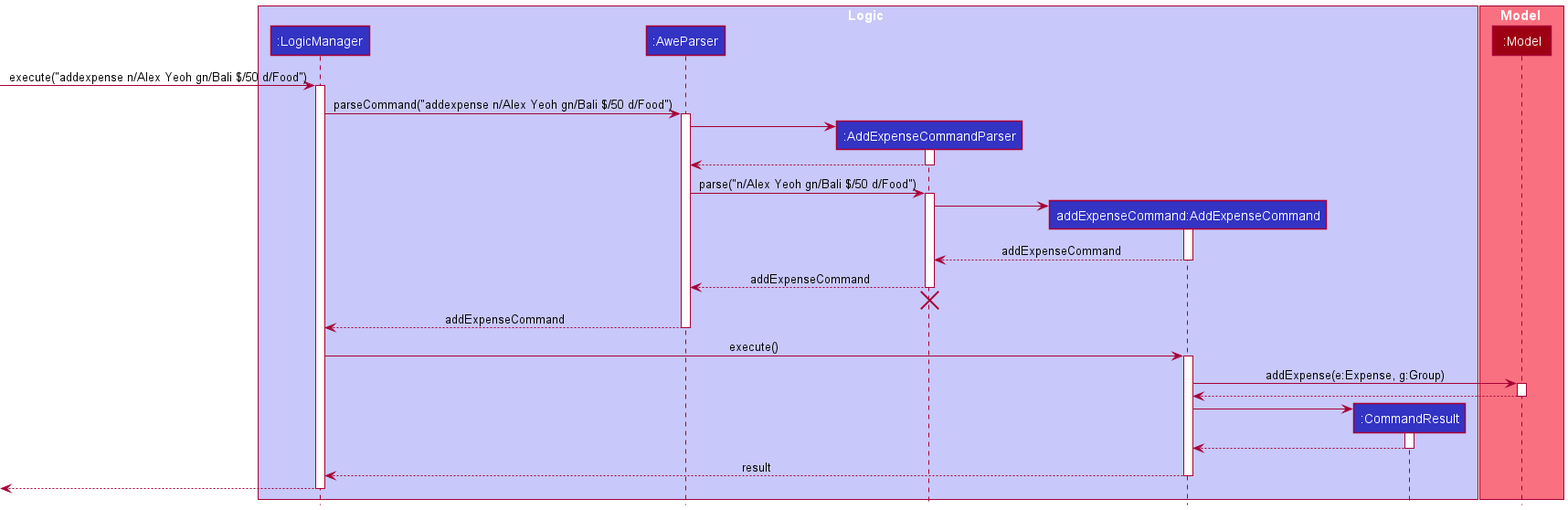
Above: docs/images/AddExpenseSequenceDiagram.png in ramapriyan912001/tp (PlantUML), before the change. Source of this version:
```plantuml
@startuml
!include style.puml

box Logic LOGIC_COLOR_T1
participant ":LogicManager" as LogicManager LOGIC_COLOR
participant ":AweParser" as AweParser LOGIC_COLOR
participant ":AddExpenseCommandParser" as AddExpenseCommandParser LOGIC_COLOR
participant "addExpenseCommand:AddExpenseCommand" as AddExpenseCommand LOGIC_COLOR
participant ":CommandResult" as CommandResult LOGIC_COLOR
end box

box Model MODEL_COLOR_T1
participant ":Model" as Model MODEL_COLOR
end box

[-> LogicManager : execute("addexpense n/Alex Yeoh gn/Bali $/50 d/Food")
activate LogicManager

LogicManager -> AweParser : parseCommand("addexpense n/Alex Yeoh gn/Bali $/50 d/Food")
activate AweParser

create AddExpenseCommandParser
AweParser -> AddExpenseCommandParser
activate AddExpenseCommandParser

AddExpenseCommandParser --> AweParser
deactivate AddExpenseCommandParser

AweParser -> AddExpenseCommandParser : parse("n/Alex Yeoh gn/Bali $/50 d/Food")
activate AddExpenseCommandParser

create AddExpenseCommand
AddExpenseCommandParser -> AddExpenseCommand
activate AddExpenseCommand

AddExpenseCommand --> AddExpenseCommandParser : addExpenseCommand
deactivate AddExpenseCommand

AddExpenseCommandParser --> AweParser : addExpenseCommand
deactivate AddExpenseCommandParser
AddExpenseCommandParser -[hidden]-> AweParser
destroy AddExpenseCommandParser

AweParser --> LogicManager : addExpenseCommand
deactivate AweParser

LogicManager -> AddExpenseCommand : execute()
activate AddExpenseCommand

AddExpenseCommand -> Model : addExpense(e:Expense, g:Group)
activate Model

Model --> AddExpenseCommand
deactivate Model

create CommandResult
AddExpenseCommand -> CommandResult
activate CommandResult

CommandResult --> AddExpenseCommand
deactivate CommandResult

AddExpenseCommand --> LogicManager : result
deactivate AddExpenseCommand

[<--LogicManager
deactivate LogicManager
@enduml
```
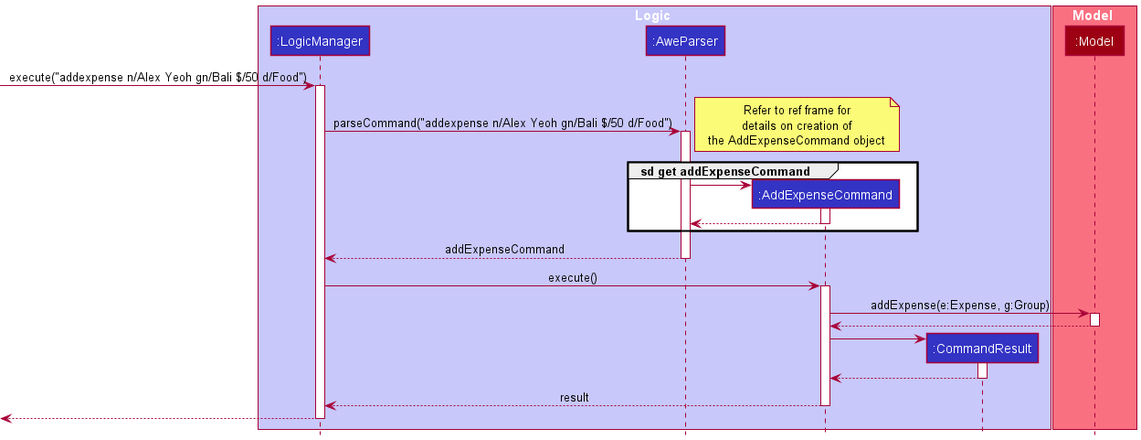
Above is the later version.

Commit message:
Update expense related diagrams in DG

What changed in the source:
```diff
@@ -4,8 +4,7 @@
 box Logic LOGIC_COLOR_T1
 participant ":LogicManager" as LogicManager LOGIC_COLOR
 participant ":AweParser" as AweParser LOGIC_COLOR
-participant ":AddExpenseCommandParser" as AddExpenseCommandParser LOGIC_COLOR
-participant "addExpenseCommand:AddExpenseCommand" as AddExpenseCommand LOGIC_COLOR
+participant ":AddExpenseCommand" as AddExpenseCommand LOGIC_COLOR
 participant ":CommandResult" as CommandResult LOGIC_COLOR
 end box
 
@@ -19,27 +18,18 @@
 LogicManager -> AweParser : parseCommand("addexpense n/Alex Yeoh gn/Bali $/50 d/Food")
 activate AweParser
 
-create AddExpenseCommandParser
-AweParser -> AddExpenseCommandParser
-activate AddExpenseCommandParser
-
-AddExpenseCommandParser --> AweParser
-deactivate AddExpenseCommandParser
-
-AweParser -> AddExpenseCommandParser : parse("n/Alex Yeoh gn/Bali $/50 d/Food")
-activate AddExpenseCommandParser
-
+note right
+Refer to ref frame for
+details on creation of
+the AddExpenseCommand object
+end note
+group sd get addExpenseCommand
 create AddExpenseCommand
-AddExpenseCommandParser -> AddExpenseCommand
+AweParser -> AddExpenseCommand
 activate AddExpenseCommand
-
-AddExpenseCommand --> AddExpenseCommandParser : addExpenseCommand
+AddExpenseCommand --> AweParser
 deactivate AddExpenseCommand
-
-AddExpenseCommandParser --> AweParser : addExpenseCommand
-deactivate AddExpenseCommandParser
-AddExpenseCommandParser -[hidden]-> AweParser
-destroy AddExpenseCommandParser
+end group
 
 AweParser --> LogicManager : addExpenseCommand
 deactivate AweParser
```
